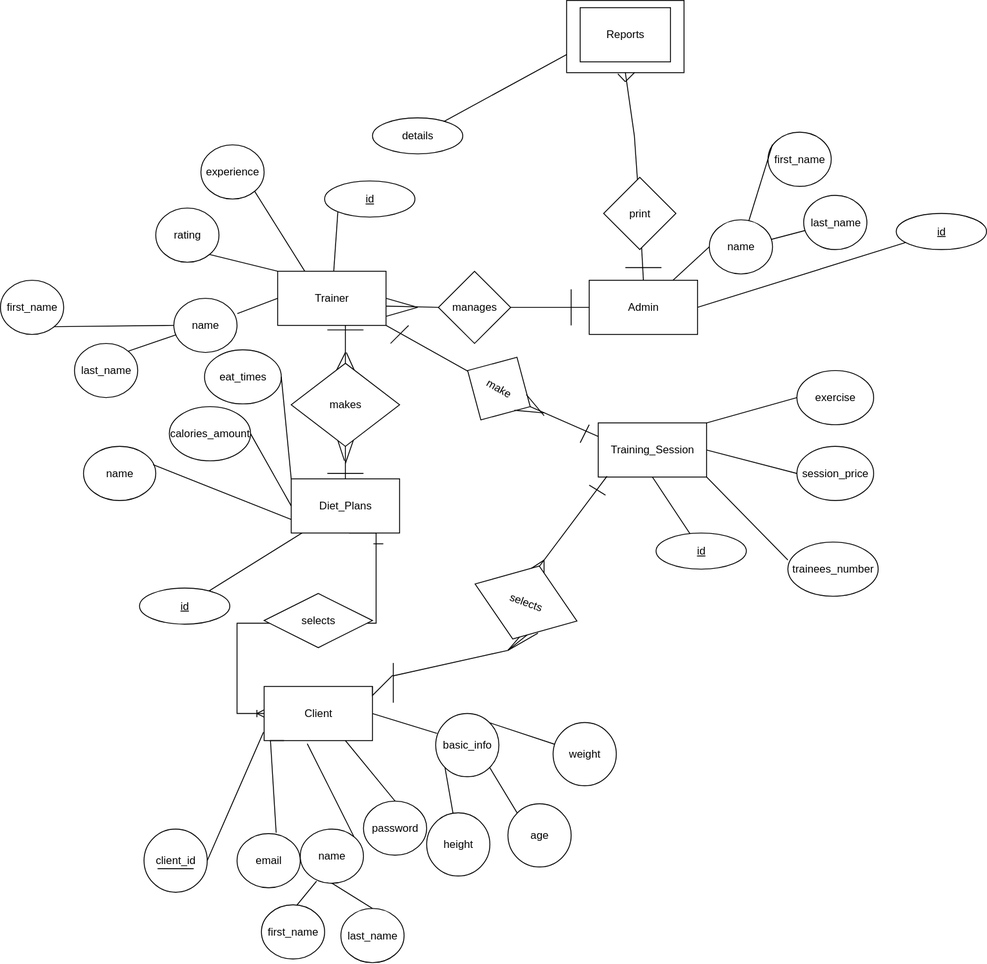
sam-1388/financial-analysis keeps this draw.io diagram as ER_Diagram.drawio.svg. Above is the earlier version. Source tidied: cells renumbered, new cells last; positions are measured from the earlier drawing's top-left corner, leaving out a move shared by most shapes.
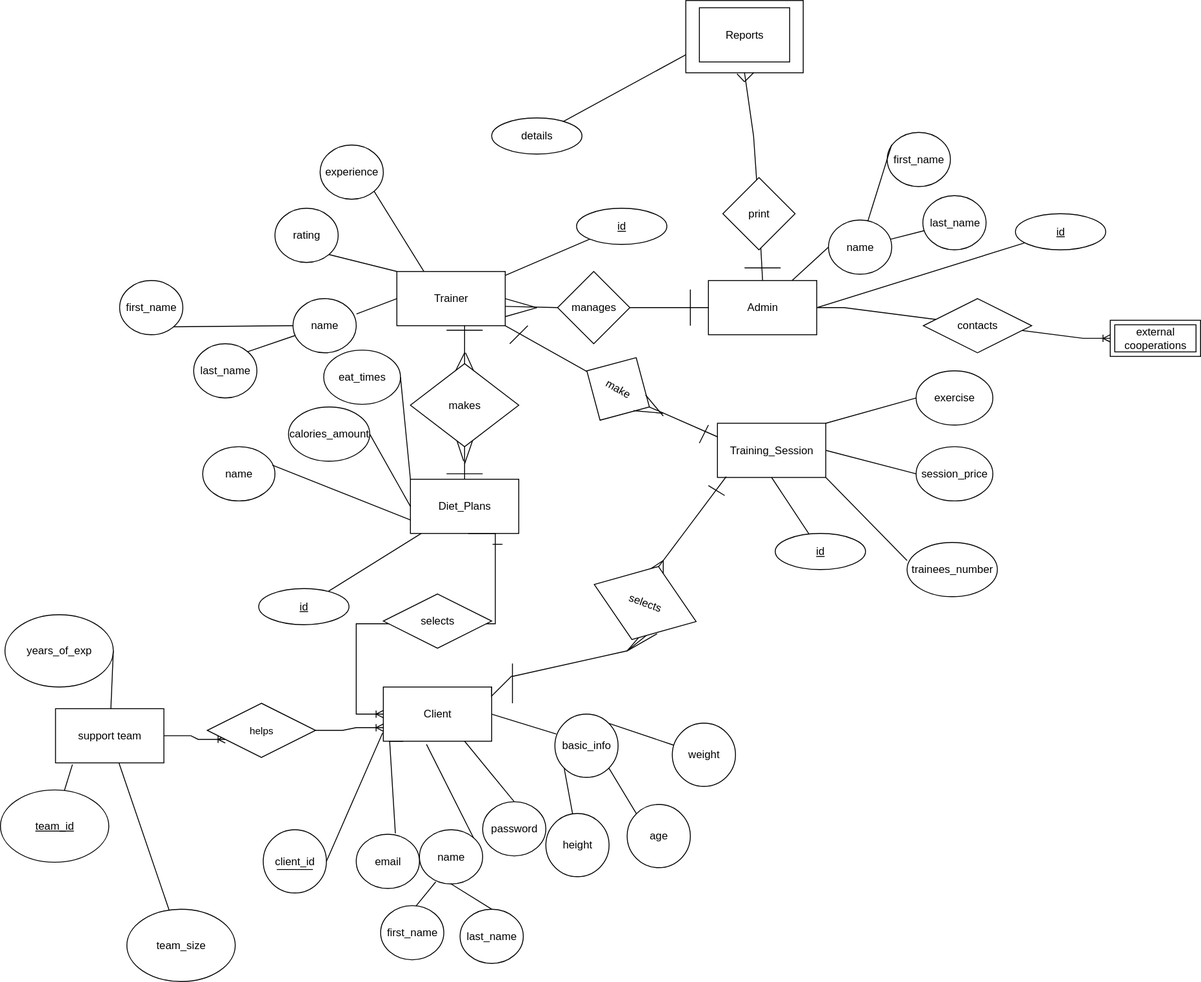
The same file after the commit.

Diff of the diagram source:
```diff
@@ -329,7 +329,7 @@
       </mxGeometry>
     </mxCell>
     <mxCell id="86" value="id" style="ellipse;whiteSpace=wrap;html=1;align=center;fontStyle=4;" parent="1" vertex="1">
-      <mxGeometry x="359" y="200" width="100" height="40" as="geometry" />
+      <mxGeometry x="506" y="230" width="100" height="40" as="geometry" />
     </mxCell>
     <mxCell id="87" style="endArrow=none;html=1;rounded=0;exitX=0;exitY=1;exitDx=0;exitDy=0;" parent="1" edge="1" source="86" target="5">
       <mxGeometry relative="1" as="geometry" />
@@ -413,5 +413,44 @@
     <mxCell id="108" style="endArrow=none;html=1;rounded=0;exitX=0.5;exitY=1;exitDx=0;exitDy=0;" parent="1" edge="1" source="64" target="107">
       <mxGeometry relative="1" as="geometry" />
     </mxCell>
+    <mxCell id="109" value="support team" style="rounded=0;whiteSpace=wrap;html=1;" parent="1" vertex="1">
+      <mxGeometry x="-71" y="784" width="120" height="60" as="geometry" />
+    </mxCell>
+    <mxCell id="110" value="&lt;u&gt;team_id&lt;/u&gt;" style="ellipse;whiteSpace=wrap;html=1;" parent="1" vertex="1">
+      <mxGeometry x="-132" y="874" width="120" height="80" as="geometry" />
+    </mxCell>
+    <mxCell id="111" value="team_size" style="ellipse;whiteSpace=wrap;html=1;" parent="1" vertex="1">
+      <mxGeometry x="8" y="1006" width="120" height="80" as="geometry" />
+    </mxCell>
+    <mxCell id="112" value="years_of_exp" style="ellipse;whiteSpace=wrap;html=1;" parent="1" vertex="1">
+      <mxGeometry x="-127" y="680" width="120" height="80" as="geometry" />
+    </mxCell>
+    <mxCell id="113" style="endArrow=none;html=1;rounded=0;entryX=0.156;entryY=1.029;entryDx=0;entryDy=0;entryPerimeter=0;" parent="1" edge="1" source="110" target="109">
+      <mxGeometry relative="1" as="geometry" />
+    </mxCell>
+    <mxCell id="114" style="endArrow=none;html=1;rounded=0;exitX=1;exitY=0.5;exitDx=0;exitDy=0;" parent="1" edge="1" source="112" target="109">
+      <mxGeometry relative="1" as="geometry" />
+    </mxCell>
+    <mxCell id="115" style="endArrow=none;html=1;rounded=0;" parent="1" edge="1" source="111" target="109">
+      <mxGeometry relative="1" as="geometry" />
+    </mxCell>
+    <mxCell id="116" style="edgeStyle=entityRelationEdgeStyle;fontSize=12;html=1;endArrow=ERoneToMany;rounded=0;exitX=1;exitY=0.5;exitDx=0;exitDy=0;entryX=0;entryY=0.75;entryDx=0;entryDy=0;" parent="1" edge="1" source="118" target="3">
+      <mxGeometry relative="1" as="geometry" />
+    </mxCell>
+    <mxCell id="117" style="edgeStyle=entityRelationEdgeStyle;fontSize=12;html=1;endArrow=ERoneToMany;rounded=0;exitX=1;exitY=0.5;exitDx=0;exitDy=0;entryX=0;entryY=0.75;entryDx=0;entryDy=0;" parent="1" edge="1" source="109" target="118">
+      <mxGeometry relative="1" as="geometry" />
+    </mxCell>
+    <mxCell id="118" value="helps" style="shape=rhombus;perimeter=rhombusPerimeter;whiteSpace=wrap;html=1;align=center;fontSize=11;" parent="1" vertex="1">
+      <mxGeometry x="97" y="778" width="120" height="60" as="geometry" />
+    </mxCell>
+    <mxCell id="119" value="external cooperations" style="shape=ext;margin=3;double=1;whiteSpace=wrap;html=1;align=center;" parent="1" vertex="1">
+      <mxGeometry x="1097" y="354" width="100" height="40" as="geometry" />
+    </mxCell>
+    <mxCell id="120" style="edgeStyle=entityRelationEdgeStyle;fontSize=12;html=1;endArrow=ERoneToMany;rounded=0;" parent="1" edge="1" source="4" target="119">
+      <mxGeometry relative="1" as="geometry" />
+    </mxCell>
+    <mxCell id="121" value="contacts" style="shape=rhombus;perimeter=rhombusPerimeter;whiteSpace=wrap;html=1;align=center;" parent="1" vertex="1">
+      <mxGeometry x="890" y="330" width="120" height="60" as="geometry" />
+    </mxCell>
   </root>
 </mxGraphModel>
```
